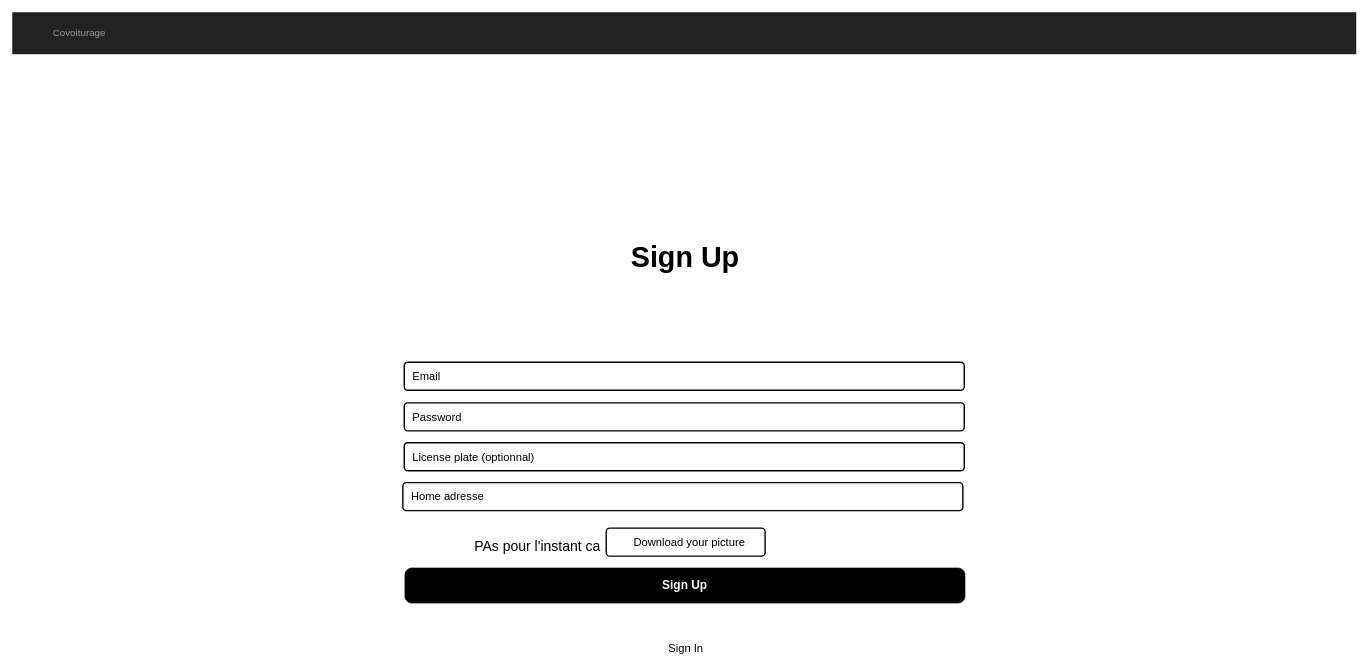
Before: page "Sign Up" (2 of 6) of mockup.drawio in jmimassi/Carpooling, a draw.io diagram. Source tidied: cells renumbered, new cells numbered last; positions are measured from the earlier drawing's top-left corner, leaving out a move shared by most shapes. Both pictures are drawn from the tidied source at 70%, with x=0, y=0 at pixel (12, 12).
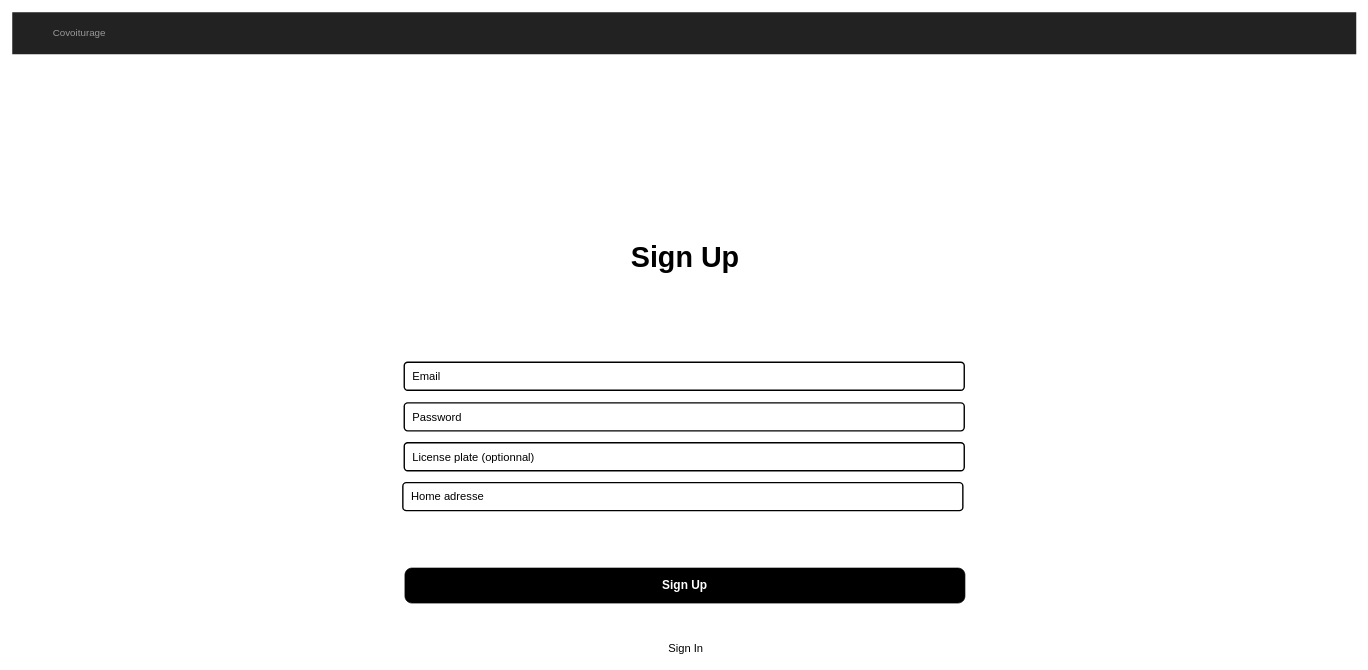
After the change.

What changed in the source:
```diff
@@
 <mxGraphModel>
   <root>
     <mxCell id="0" />
     <mxCell id="1" parent="0" />
     <mxCell id="2" value="Email" style="html=1;shadow=0;dashed=0;shape=mxgraph.bootstrap.rrect;rSize=5;strokeColor=#000000;align=left;spacingLeft=10;fontSize=16;whiteSpace=wrap;rounded=0;strokeWidth=2;" parent="1" vertex="1">
       <mxGeometry x="560" y="500" width="800" height="40" as="geometry" />
     </mxCell>
     <mxCell id="3" value="Password" style="html=1;shadow=0;dashed=0;shape=mxgraph.bootstrap.rrect;rSize=5;strokeColor=#000000;align=left;spacingLeft=10;fontSize=16;whiteSpace=wrap;rounded=0;strokeWidth=2;" parent="1" vertex="1">
       <mxGeometry x="560" y="558" width="800" height="40" as="geometry" />
     </mxCell>
     <mxCell id="4" value="&lt;font color=&quot;#ffffff&quot;&gt;Sign Up&lt;/font&gt;" style="strokeWidth=1;shadow=0;dashed=0;align=center;html=1;shape=mxgraph.mockup.buttons.button;mainText=;buttonStyle=round;fontSize=17;fontStyle=1;whiteSpace=wrap;fillColor=#000000;" parent="1" vertex="1">
       <mxGeometry x="561" y="794" width="800" height="50" as="geometry" />
     </mxCell>
     <mxCell id="5" style="html=1;shadow=0;dashed=0;shape=mxgraph.bootstrap.rect;fillColor=#222222;strokeColor=none;whiteSpace=wrap;rounded=0;fontSize=12;fontColor=#000000;align=center;" parent="1" vertex="1">
       <mxGeometry width="1920" height="60" as="geometry" />
     </mxCell>
     <mxCell id="6" value="Covoiturage" style="html=1;shadow=0;dashed=0;fillColor=none;strokeColor=none;shape=mxgraph.bootstrap.rect;fontColor=#999999;fontSize=14;whiteSpace=wrap;" parent="5" vertex="1">
       <mxGeometry width="192" height="60" as="geometry" />
     </mxCell>
     <mxCell id="7" value="&lt;font style=&quot;font-size: 16px;&quot; color=&quot;#000000&quot;&gt;Sign In&lt;/font&gt;" style="text;html=1;align=center;verticalAlign=middle;strokeColor=none;fillColor=none;fontColor=#FFFFFF;" parent="1" vertex="1">
       <mxGeometry x="928" y="892" width="68" height="31" as="geometry" />
     </mxCell>
     <mxCell id="8" value="&lt;h2&gt;&lt;span style=&quot;font-size: 41px;&quot;&gt;Sign Up&lt;/span&gt;&lt;/h2&gt;" style="text;html=1;align=center;verticalAlign=middle;strokeColor=none;fillColor=none;fontSize=16;fontColor=#000000;" parent="1" vertex="1">
       <mxGeometry x="874" y="300" width="173" height="101" as="geometry" />
     </mxCell>
     <mxCell id="9" value="License plate (optionnal)" style="html=1;shadow=0;dashed=0;shape=mxgraph.bootstrap.rrect;rSize=5;strokeColor=#000000;align=left;spacingLeft=10;fontSize=16;whiteSpace=wrap;rounded=0;strokeWidth=2;" parent="1" vertex="1">
       <mxGeometry x="560" y="615" width="800" height="40" as="geometry" />
     </mxCell>
     <mxCell id="10" value="Home adresse" style="html=1;shadow=0;dashed=0;shape=mxgraph.bootstrap.rrect;rSize=5;strokeColor=#000000;align=left;spacingLeft=10;fontSize=16;whiteSpace=wrap;rounded=0;strokeWidth=2;" parent="1" vertex="1">
       <mxGeometry x="558" y="672" width="800" height="40" as="geometry" />
     </mxCell>
-    <mxCell id="11" value="Download your picture" style="html=1;shadow=0;dashed=0;shape=mxgraph.bootstrap.rrect;rSize=5;strokeColor=#000000;align=center;spacingLeft=10;fontSize=16;whiteSpace=wrap;rounded=0;strokeWidth=2;" parent="1" vertex="1">
-      <mxGeometry x="848.5" y="737" width="227" height="40" as="geometry" />
-    </mxCell>
-    <mxCell id="12" value="&lt;font style=&quot;font-size: 20px&quot;&gt;PAs pour l'instant ca&lt;/font&gt;" style="text;html=1;align=center;verticalAlign=middle;" parent="1" vertex="1">
-      <mxGeometry x="655" y="751" width="190" height="21" as="geometry" />
-    </mxCell>
   </root>
 </mxGraphModel>
```
